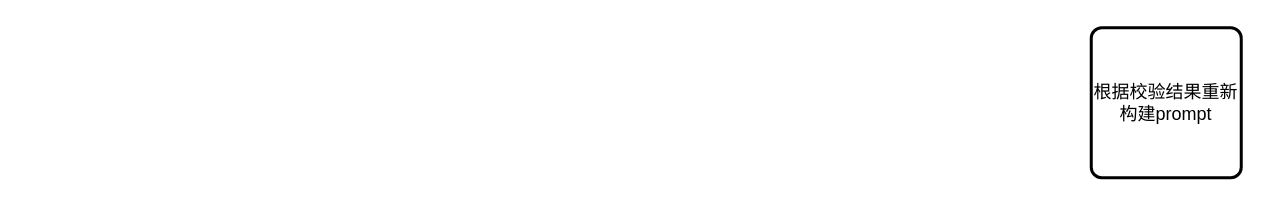
Earlier version of the draw.io diagram page "sql校验" (4 of 4) of NL2SQL_LLM.drawio (CindyZX/drawio_figures). Source tidied: cells renumbered, new cells numbered last; positions are measured from the earlier drawing's top-left corner, leaving out a move shared by most shapes. Both pictures are drawn from the tidied source at 150%, with x=0, y=0 at pixel (1090, 27).
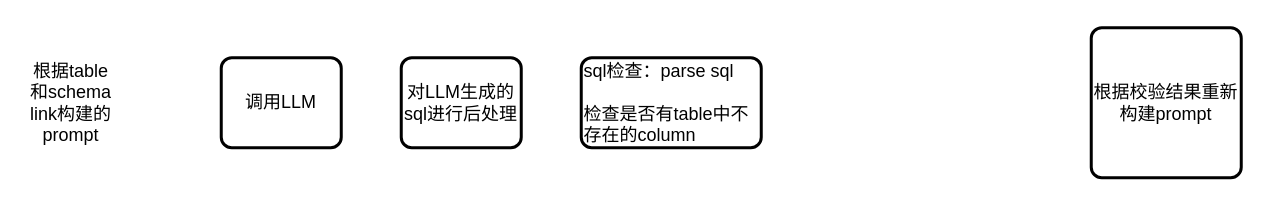
The same diagram, later.

Change to the diagram source:
```diff
@@
 <mxGraphModel>
   <root>
     <mxCell id="0" />
     <mxCell id="1" parent="0" />
     <mxCell id="2" value="根据校验结果重新构建prompt" style="rounded=1;whiteSpace=wrap;html=1;absoluteArcSize=1;arcSize=14;strokeWidth=2;" parent="1" vertex="1">
       <mxGeometry width="100" height="100" as="geometry" />
     </mxCell>
+    <mxCell id="3" value="根据table和schema link构建的prompt" style="text;html=1;strokeColor=none;fillColor=none;align=center;verticalAlign=middle;whiteSpace=wrap;rounded=0;" parent="1" vertex="1">
+      <mxGeometry x="-710" y="35" width="60" height="30" as="geometry" />
+    </mxCell>
+    <mxCell id="4" value="调用LLM" style="rounded=1;whiteSpace=wrap;html=1;absoluteArcSize=1;arcSize=14;strokeWidth=2;" parent="1" vertex="1">
+      <mxGeometry x="-580" y="20" width="80" height="60" as="geometry" />
+    </mxCell>
+    <mxCell id="5" value="对LLM生成的sql进行后处理" style="rounded=1;whiteSpace=wrap;html=1;absoluteArcSize=1;arcSize=14;strokeWidth=2;" parent="1" vertex="1">
+      <mxGeometry x="-460" y="20" width="80" height="60" as="geometry" />
+    </mxCell>
+    <mxCell id="6" value="sql检查：parse sql&lt;br&gt;&lt;br&gt;&lt;div style=&quot;&quot;&gt;检查是否有table中不存在的column&lt;/div&gt;" style="rounded=1;whiteSpace=wrap;html=1;absoluteArcSize=1;arcSize=14;strokeWidth=2;align=left;" parent="1" vertex="1">
+      <mxGeometry x="-340" y="20" width="120" height="60" as="geometry" />
+    </mxCell>
   </root>
 </mxGraphModel>
```
